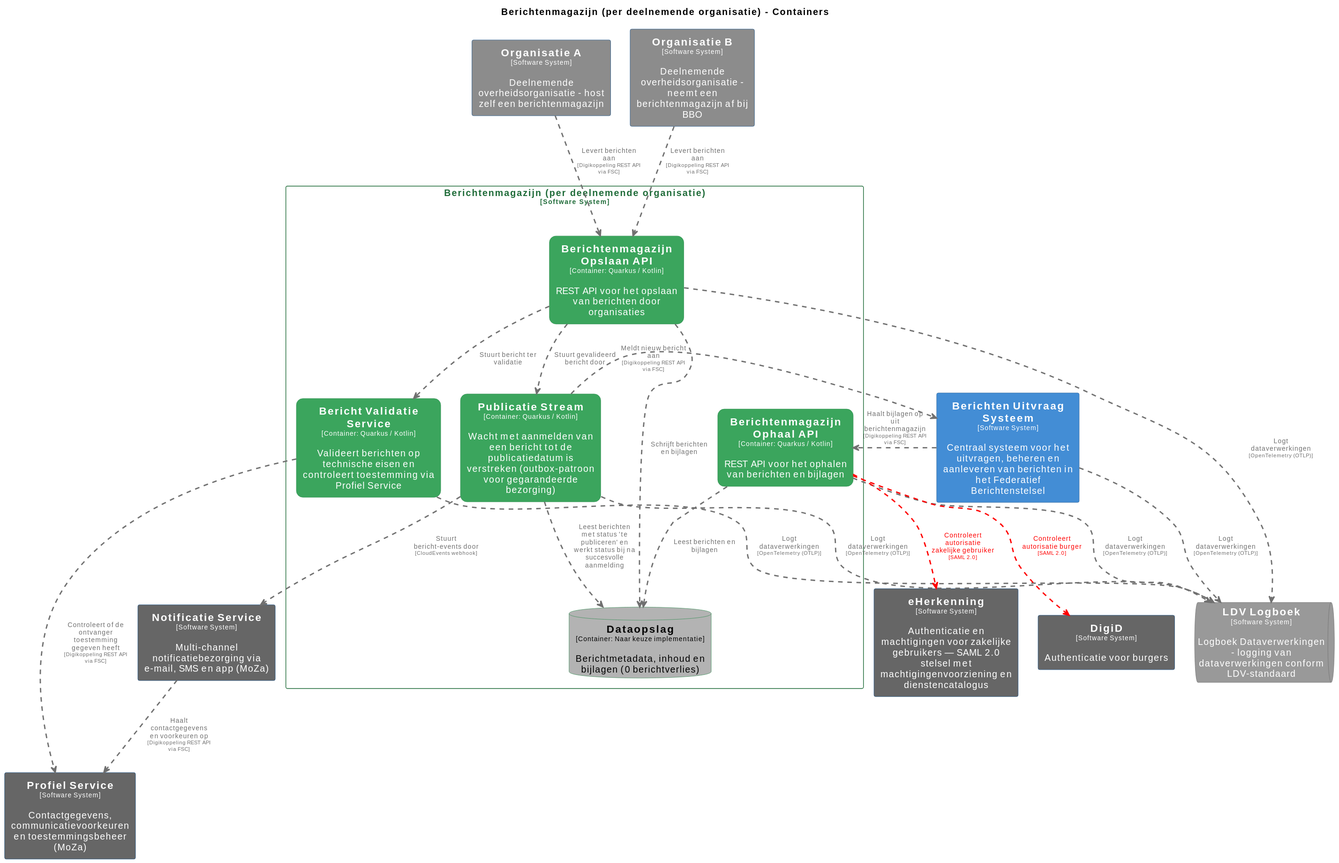
The PlantUML diagram pr-preview/pr-22/master/svg/BerichtenmagazijnContainers.svg in MinBZK/moza-poc-fbs-berichtenbox, before a commit. Its source is kept beside it as pr-preview/pr-22/master/puml/BerichtenmagazijnContainers.puml.
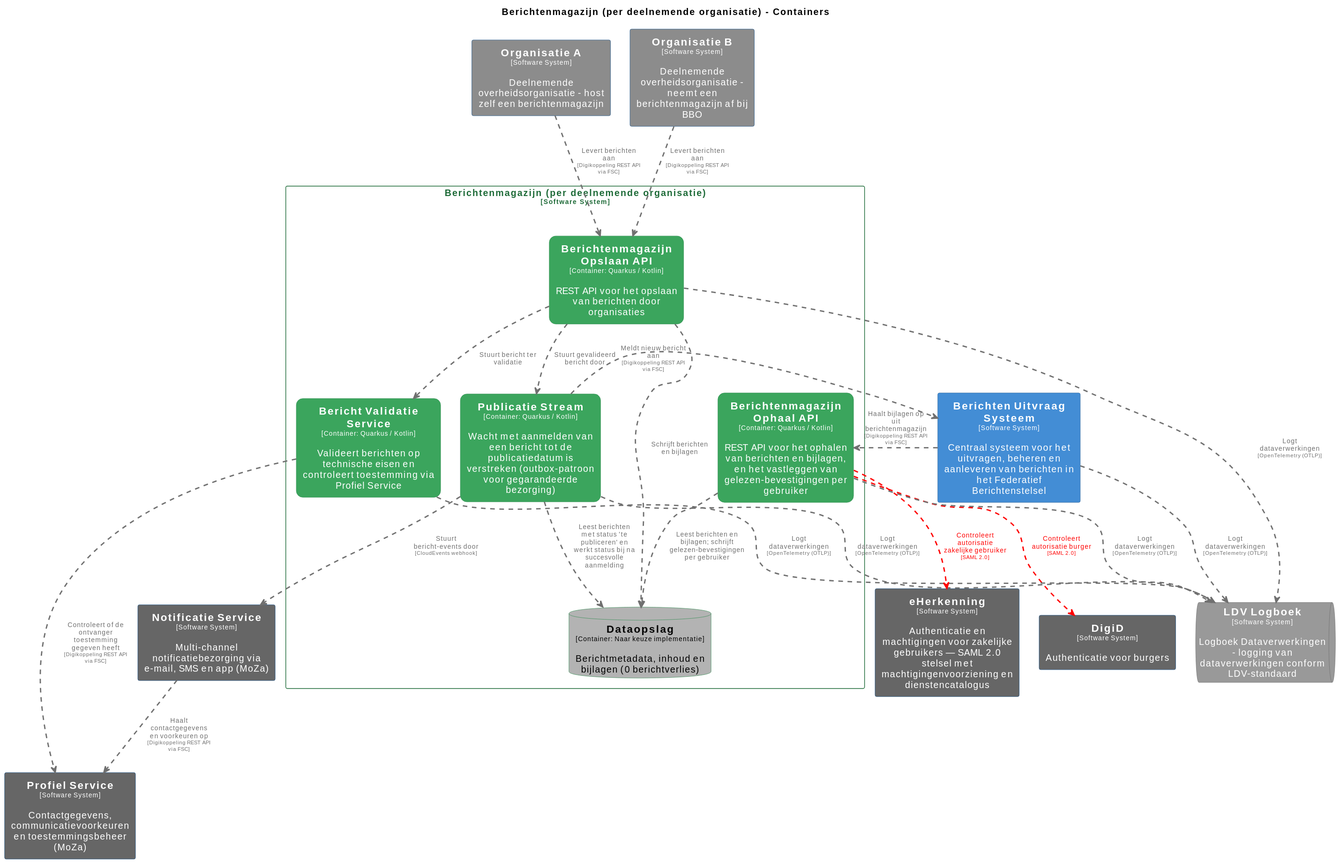
Above is the later version.

The edit, as a diff of the source:
```diff
@@ -113,19 +113,20 @@
 queue "==LDV Logboek\n<size:10>[Software System]</size>\n\nLogboek Dataverwerkingen - logging van dataverwerkingen conform LDV-standaard" <<LDVLogboek>> as LDVLogboek
 
 rectangle "Berichtenmagazijn (per deelnemende organisatie)\n<size:10>[Software System]</size>" <<Berichtenmagazijnperdeelnemendeorganisatie>> {
-  rectangle "==Berichtenmagazijn Ophaal API\n<size:10>[Container: Quarkus / Kotlin]</size>\n\nREST API voor het ophalen van berichten en bijlagen" <<Berichtenmagazijnperdeelnemendeorganisatie.BerichtenmagazijnOphaalAPI>> as Berichtenmagazijnperdeelnemendeorganisatie.BerichtenmagazijnOphaalAPI
+  rectangle "==Berichtenmagazijn Ophaal API\n<size:10>[Container: Quarkus / Kotlin]</size>\n\nREST API voor het ophalen van berichten en bijlagen, en het vastleggen van gelezen-bevestigingen per gebruiker" <<Berichtenmagazijnperdeelnemendeorganisatie.BerichtenmagazijnOphaalAPI>> as Berichtenmagazijnperdeelnemendeorganisatie.BerichtenmagazijnOphaalAPI
   rectangle "==Berichtenmagazijn Opslaan API\n<size:10>[Container: Quarkus / Kotlin]</size>\n\nREST API voor het opslaan van berichten door organisaties" <<Berichtenmagazijnperdeelnemendeorganisatie.BerichtenmagazijnOpslaanAPI>> as Berichtenmagazijnperdeelnemendeorganisatie.BerichtenmagazijnOpslaanAPI
   database "==Dataopslag\n<size:10>[Container: Naar keuze implementatie]</size>\n\nBerichtmetadata, inhoud en bijlagen (0 berichtverlies)" <<Berichtenmagazijnperdeelnemendeorganisatie.Dataopslag>> as Berichtenmagazijnperdeelnemendeorganisatie.Dataopslag
   rectangle "==Bericht Validatie Service\n<size:10>[Container: Quarkus / Kotlin]</size>\n\nValideert berichten op technische eisen en controleert toestemming via Profiel Service" <<Berichtenmagazijnperdeelnemendeorganisatie.BerichtValidatieService>> as Berichtenmagazijnperdeelnemendeorganisatie.BerichtValidatieService
   rectangle "==Publicatie Stream\n<size:10>[Container: Quarkus / Kotlin]</size>\n\nWacht met aanmelden van een bericht tot de publicatiedatum is verstreken (outbox-patroon voor gegarandeerde bezorging)" <<Berichtenmagazijnperdeelnemendeorganisatie.PublicatieStream>> as Berichtenmagazijnperdeelnemendeorganisatie.PublicatieStream
 }
 
+Berichtenmagazijnperdeelnemendeorganisatie.BerichtenmagazijnOphaalAPI .[#ff0000,thickness=2].> DigiD : "<color:#ff0000>Controleert autorisatie burger\n<color:#ff0000><size:8>[SAML 2.0]</size>"
 Berichtenmagazijnperdeelnemendeorganisatie.BerichtenmagazijnOphaalAPI .[#707070,thickness=2].> LDVLogboek : "<color:#707070>Logt dataverwerkingen\n<color:#707070><size:8>[OpenTelemetry (OTLP)]</size>"
 Berichtenmagazijnperdeelnemendeorganisatie.BerichtenmagazijnOpslaanAPI .[#707070,thickness=2].> LDVLogboek : "<color:#707070>Logt dataverwerkingen\n<color:#707070><size:8>[OpenTelemetry (OTLP)]</size>"
 Berichtenmagazijnperdeelnemendeorganisatie.BerichtValidatieService .[#707070,thickness=2].> LDVLogboek : "<color:#707070>Logt dataverwerkingen\n<color:#707070><size:8>[OpenTelemetry (OTLP)]</size>"
 BerichtenUitvraagSysteem .[#707070,thickness=2].> LDVLogboek : "<color:#707070>Logt dataverwerkingen\n<color:#707070><size:8>[OpenTelemetry (OTLP)]</size>"
 Berichtenmagazijnperdeelnemendeorganisatie.PublicatieStream .[#707070,thickness=2].> LDVLogboek : "<color:#707070>Logt dataverwerkingen\n<color:#707070><size:8>[OpenTelemetry (OTLP)]</size>"
-Berichtenmagazijnperdeelnemendeorganisatie.BerichtenmagazijnOphaalAPI .[#707070,thickness=2].> Berichtenmagazijnperdeelnemendeorganisatie.Dataopslag : "<color:#707070>Leest berichten en bijlagen"
+Berichtenmagazijnperdeelnemendeorganisatie.BerichtenmagazijnOphaalAPI .[#707070,thickness=2].> Berichtenmagazijnperdeelnemendeorganisatie.Dataopslag : "<color:#707070>Leest berichten en bijlagen; schrijft gelezen-bevestigingen per gebruiker"
 Berichtenmagazijnperdeelnemendeorganisatie.BerichtenmagazijnOpslaanAPI .[#707070,thickness=2].> Berichtenmagazijnperdeelnemendeorganisatie.Dataopslag : "<color:#707070>Schrijft berichten en bijlagen"
 Berichtenmagazijnperdeelnemendeorganisatie.BerichtenmagazijnOpslaanAPI .[#707070,thickness=2].> Berichtenmagazijnperdeelnemendeorganisatie.BerichtValidatieService : "<color:#707070>Stuurt bericht ter validatie"
 Berichtenmagazijnperdeelnemendeorganisatie.BerichtenmagazijnOpslaanAPI .[#707070,thickness=2].> Berichtenmagazijnperdeelnemendeorganisatie.PublicatieStream : "<color:#707070>Stuurt gevalideerd bericht door"
@@ -138,5 +139,4 @@
 OrganisatieB .[#707070,thickness=2].> Berichtenmagazijnperdeelnemendeorganisatie.BerichtenmagazijnOpslaanAPI : "<color:#707070>Levert berichten aan\n<color:#707070><size:8>[Digikoppeling REST API via FSC]</size>"
 Berichtenmagazijnperdeelnemendeorganisatie.BerichtValidatieService .[#707070,thickness=2].> ProfielService : "<color:#707070>Controleert of de ontvanger toestemming gegeven heeft\n<color:#707070><size:8>[Digikoppeling REST API via FSC]</size>"
 Berichtenmagazijnperdeelnemendeorganisatie.BerichtenmagazijnOphaalAPI .[#ff0000,thickness=2].> eHerkenning : "<color:#ff0000>Controleert autorisatie zakelijke gebruiker\n<color:#ff0000><size:8>[SAML 2.0]</size>"
-Berichtenmagazijnperdeelnemendeorganisatie.BerichtenmagazijnOphaalAPI .[#ff0000,thickness=2].> DigiD : "<color:#ff0000>Controleert autorisatie burger\n<color:#ff0000><size:8>[SAML 2.0]</size>"
 @enduml
```
